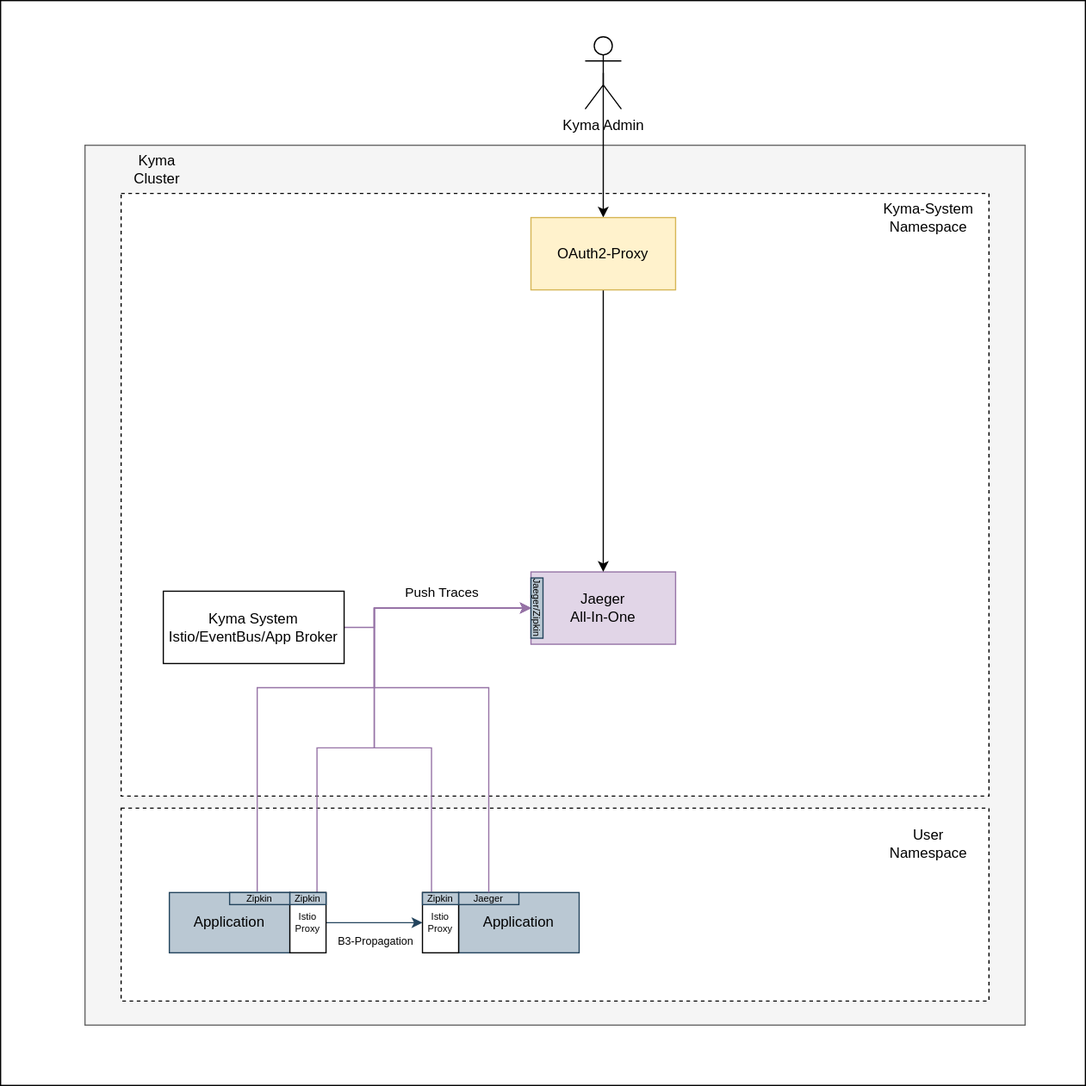
This is concepts/observability-strategy/configurable-tracing/assets/tracing-current.drawio.svg from kyma-project/community, a draw.io export, as it was before one commit. Source tidied: cells renumbered, new cells last; positions are measured from the earlier drawing's top-left corner, leaving out a move shared by most shapes.
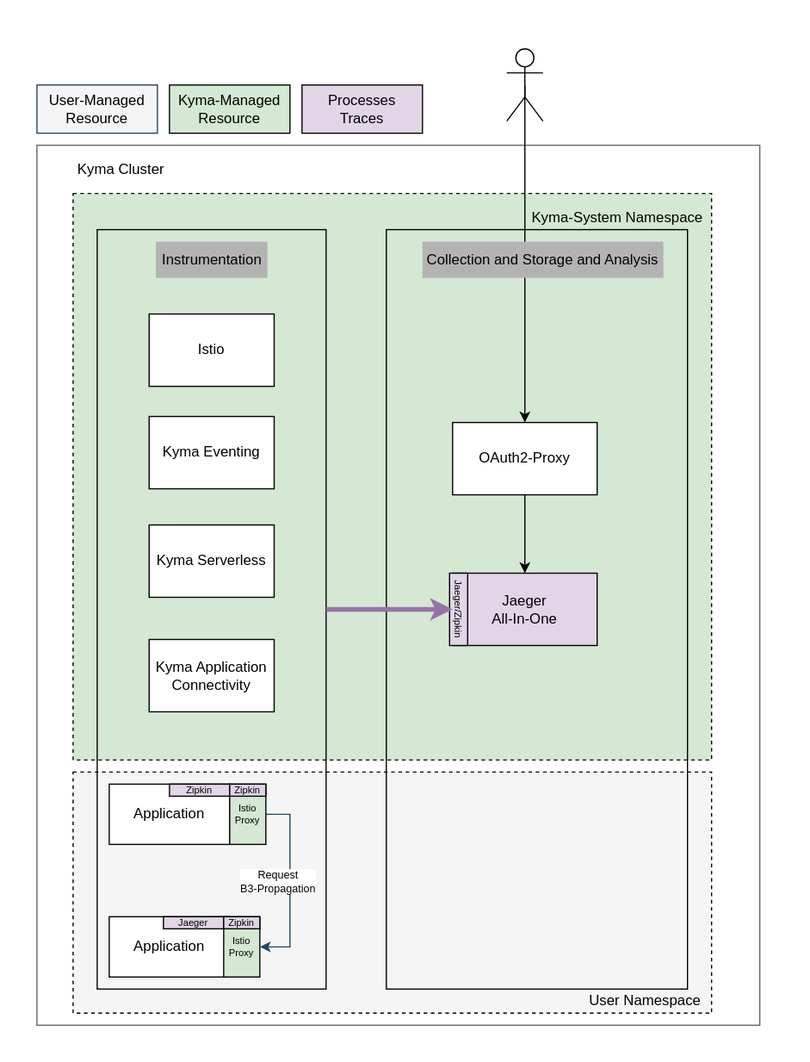
After the change.

What changed in the source:
```diff
@@ -2,130 +2,117 @@
   <root>
     <mxCell id="0" />
     <mxCell id="1" parent="0" />
-    <mxCell id="2" style="rounded=0;whiteSpace=wrap;html=1;fillColor=#FFFFFF;" parent="1" vertex="1">
-      <mxGeometry width="900" height="900" as="geometry" />
+    <mxCell id="2" style="rounded=0;whiteSpace=wrap;html=1;fillColor=#FFFFFF;strokeColor=none;" parent="1" vertex="1">
+      <mxGeometry x="40" width="670" height="880" as="geometry" />
     </mxCell>
-    <mxCell id="3" style="rounded=0;whiteSpace=wrap;html=1;fillColor=#f5f5f5;strokeColor=#666666;fontColor=#333333;" parent="1" vertex="1">
-      <mxGeometry x="70" y="120" width="780" height="730" as="geometry" />
+    <mxCell id="3" style="rounded=0;whiteSpace=wrap;html=1;fillColor=#FFFFFF;strokeColor=#666666;fontColor=#333333;" parent="1" vertex="1">
+      <mxGeometry x="70" y="120" width="600" height="730" as="geometry" />
     </mxCell>
-    <mxCell id="4" style="rounded=0;whiteSpace=wrap;html=1;dashed=1;fillColor=#FFFFFF;strokeColor=#000000;" parent="1" vertex="1">
-      <mxGeometry x="100" y="670" width="720" height="160" as="geometry" />
+    <mxCell id="4" style="rounded=0;whiteSpace=wrap;html=1;dashed=1;fillColor=#F5F5F5;strokeColor=#000000;" parent="1" vertex="1">
+      <mxGeometry x="100" y="640" width="530" height="200" as="geometry" />
     </mxCell>
-    <mxCell id="5" style="rounded=0;whiteSpace=wrap;html=1;dashed=1;fillColor=#FFFFFF;strokeColor=#000000;" parent="1" vertex="1">
-      <mxGeometry x="100" y="160" width="720" height="500" as="geometry" />
+    <mxCell id="5" style="rounded=0;whiteSpace=wrap;html=1;dashed=1;fillColor=#D5E8D4;strokeColor=#000000;" parent="1" vertex="1">
+      <mxGeometry x="100" y="160" width="530" height="470" as="geometry" />
     </mxCell>
-    <mxCell id="6" style="edgeStyle=orthogonalEdgeStyle;rounded=0;jettySize=auto;html=1;exitX=0;exitY=0.5;exitDx=0;exitDy=0;fillColor=#fff2cc;strokeColor=#9673A6;endArrow=none;endFill=0;startArrow=classic;startFill=1;" parent="1" edge="1" source="9" target="11">
-      <mxGeometry relative="1" as="geometry">
-        <Array as="points">
-          <mxPoint x="310" y="504" />
-          <mxPoint x="310" y="520" />
-        </Array>
-      </mxGeometry>
-    </mxCell>
-    <mxCell id="7" style="edgeStyle=orthogonalEdgeStyle;rounded=0;jettySize=auto;html=1;exitX=0;exitY=0.5;exitDx=0;exitDy=0;entryX=0.75;entryY=0;entryDx=0;entryDy=0;fillColor=#fff2cc;strokeColor=#9673A6;endArrow=none;endFill=0;startArrow=classic;startFill=1;" parent="1" edge="1" source="9" target="19">
-      <mxGeometry relative="1" as="geometry">
-        <Array as="points">
-          <mxPoint x="310" y="504" />
-          <mxPoint x="310" y="620" />
-          <mxPoint x="262" y="620" />
-        </Array>
-      </mxGeometry>
-    </mxCell>
-    <mxCell id="8" value="Push Traces" style="edgeLabel;html=1;align=center;verticalAlign=middle;labelBackgroundColor=none;fontColor=#000000;" parent="7" vertex="1">
-      <mxGeometry x="-0.64" relative="1" as="geometry">
-        <mxPoint x="-1" y="-14" as="offset" />
-      </mxGeometry>
-    </mxCell>
-    <mxCell id="9" value="Jaeger&lt;br&gt;All-In-One" style="rounded=0;whiteSpace=wrap;html=1;fillColor=#E1D5E7;strokeColor=#9673A6;fontColor=#000000;" parent="1" vertex="1">
-      <mxGeometry x="440" y="474" width="120" height="60" as="geometry" />
-    </mxCell>
+    <mxCell id="12" value="Kyma Cluster" style="text;html=1;strokeColor=none;fillColor=none;align=center;verticalAlign=middle;whiteSpace=wrap;rounded=0;fontColor=#000000;" parent="1" vertex="1">
+      <mxGeometry x="100" y="130" width="80" height="20" as="geometry" />
+    </mxCell>
+    <mxCell id="14" value="User Namespace" style="text;html=1;strokeColor=none;fillColor=none;align=center;verticalAlign=middle;whiteSpace=wrap;rounded=0;fontColor=#000000;" parent="1" vertex="1">
+      <mxGeometry x="520" y="820" width="110" height="20" as="geometry" />
+    </mxCell>
+    <mxCell id="32" value="User-Managed Resource" style="rounded=0;whiteSpace=wrap;html=1;fillColor=#F5F5F5;strokeColor=#23445d;" parent="1" vertex="1">
+      <mxGeometry x="70" y="70" width="100" height="40" as="geometry" />
+    </mxCell>
+    <mxCell id="33" value="Kyma-Managed Resource" style="rounded=0;whiteSpace=wrap;html=1;fillColor=#d5e8d4;strokeColor=#000000;fontColor=#000000;" parent="1" vertex="1">
+      <mxGeometry x="180" y="70" width="100" height="40" as="geometry" />
+    </mxCell>
+    <mxCell id="34" value="Processes&lt;br&gt;Traces" style="rounded=0;whiteSpace=wrap;html=1;fillColor=#E1D5E7;strokeColor=#000000;fontColor=#000000;" parent="1" vertex="1">
+      <mxGeometry x="290" y="70" width="100" height="40" as="geometry" />
+    </mxCell>
+    <mxCell id="35" style="html=1;fillColor=none;" parent="1" vertex="1">
+      <mxGeometry x="120" y="190" width="190" height="630" as="geometry" />
+    </mxCell>
+    <mxCell id="36" value="Kyma Eventing" style="rounded=0;whiteSpace=wrap;html=1;fillColor=#FFFFFF;strokeColor=#000000;fontColor=#000000;" parent="1" vertex="1">
+      <mxGeometry x="163.1" y="345" width="103.8" height="60" as="geometry" />
+    </mxCell>
+    <mxCell id="37" value="Instrumentation" style="text;html=1;strokeColor=none;fillColor=#B3B3B3;align=center;verticalAlign=middle;whiteSpace=wrap;rounded=0;" parent="1" vertex="1">
+      <mxGeometry x="168.8" y="200" width="92.5" height="30" as="geometry" />
+    </mxCell>
-    <mxCell id="10" value="Application" style="rounded=0;whiteSpace=wrap;html=1;fillColor=#bac8d3;strokeColor=#23445d;fontColor=#000000;" parent="1" vertex="1">
-      <mxGeometry x="140" y="740" width="100" height="50" as="geometry" />
+    <mxCell id="10" value="Application" style="rounded=0;whiteSpace=wrap;html=1;fillColor=#FFFFFF;strokeColor=#000000;fontColor=#000000;" parent="1" vertex="1">
+      <mxGeometry x="130" y="650" width="100" height="50" as="geometry" />
     </mxCell>
-    <mxCell id="11" value="Kyma System&lt;br&gt;Istio/EventBus/App Broker" style="rounded=0;whiteSpace=wrap;html=1;fillColor=#FFFFFF;strokeColor=#000000;fontColor=#000000;" parent="1" vertex="1">
-      <mxGeometry x="135" y="490" width="150" height="60" as="geometry" />
-    </mxCell>
-    <mxCell id="12" value="Kyma Cluster" style="text;html=1;strokeColor=none;fillColor=none;align=center;verticalAlign=middle;whiteSpace=wrap;rounded=0;fontColor=#000000;" parent="1" vertex="1">
-      <mxGeometry x="110" y="130" width="40" height="20" as="geometry" />
-    </mxCell>
-    <mxCell id="13" value="Kyma-System Namespace" style="text;html=1;strokeColor=none;fillColor=none;align=center;verticalAlign=middle;whiteSpace=wrap;rounded=0;fontColor=#000000;" parent="1" vertex="1">
-      <mxGeometry x="725" y="170" width="90" height="20" as="geometry" />
-    </mxCell>
-    <mxCell id="14" value="User Namespace" style="text;html=1;strokeColor=none;fillColor=none;align=center;verticalAlign=middle;whiteSpace=wrap;rounded=0;fontColor=#000000;" parent="1" vertex="1">
-      <mxGeometry x="750" y="690" width="40" height="20" as="geometry" />
-    </mxCell>
-    <mxCell id="15" style="edgeStyle=orthogonalEdgeStyle;rounded=0;jettySize=auto;html=1;exitX=0.5;exitY=0.5;exitDx=0;exitDy=0;exitPerimeter=0;entryX=0.5;entryY=0;entryDx=0;entryDy=0;fontColor=#000000;strokeColor=#000000;" parent="1" edge="1" source="16" target="28">
-      <mxGeometry relative="1" as="geometry" />
-    </mxCell>
-    <mxCell id="16" value="Kyma Admin" style="shape=umlActor;verticalLabelPosition=bottom;verticalAlign=top;html=1;outlineConnect=0;strokeColor=#000000;fontColor=#000000;fillColor=#FFFFFF;" parent="1" vertex="1">
-      <mxGeometry x="485" y="30" width="30" height="60" as="geometry" />
-    </mxCell>
-    <mxCell id="17" style="edgeStyle=orthogonalEdgeStyle;rounded=0;jettySize=auto;html=1;exitX=1;exitY=0.5;exitDx=0;exitDy=0;entryX=0;entryY=0.5;entryDx=0;entryDy=0;fillColor=#bac8d3;strokeColor=#23445d;" parent="1" edge="1" source="19">
-      <mxGeometry relative="1" as="geometry">
-        <mxPoint x="350" y="765" as="targetPoint" />
-      </mxGeometry>
+    <mxCell id="17" style="edgeStyle=orthogonalEdgeStyle;rounded=0;jettySize=auto;html=1;exitX=1;exitY=0.5;exitDx=0;exitDy=0;entryX=1;entryY=0.5;entryDx=0;entryDy=0;fillColor=#bac8d3;strokeColor=#23445d;" parent="1" edge="1" source="19" target="23">
+      <mxGeometry relative="1" as="geometry" />
     </mxCell>
-    <mxCell id="18" value="B3-Propagation" style="edgeLabel;html=1;align=center;verticalAlign=middle;fontSize=9;" parent="17" vertex="1">
+    <mxCell id="18" value="Request&lt;br&gt;B3-Propagation" style="edgeLabel;html=1;align=center;verticalAlign=middle;fontSize=9;" parent="17" vertex="1">
       <mxGeometry x="0.37" y="1" relative="1" as="geometry">
-        <mxPoint x="-15" y="16" as="offset" />
+        <mxPoint x="-11" y="-31" as="offset" />
       </mxGeometry>
     </mxCell>
-    <mxCell id="19" value="Istio&lt;br style=&quot;font-size: 8px;&quot;&gt;Proxy" style="rounded=0;whiteSpace=wrap;html=1;fontSize=8;fillColor=#FFFFFF;strokeColor=#000000;fontColor=#000000;" parent="1" vertex="1">
-      <mxGeometry x="240" y="740" width="30" height="50" as="geometry" />
+    <mxCell id="19" value="Istio&lt;br style=&quot;font-size: 8px;&quot;&gt;Proxy" style="rounded=0;whiteSpace=wrap;html=1;fontSize=8;fillColor=#D5E8D4;strokeColor=#000000;fontColor=#000000;" parent="1" vertex="1">
+      <mxGeometry x="230" y="650" width="30" height="50" as="geometry" />
     </mxCell>
-    <mxCell id="20" style="edgeStyle=orthogonalEdgeStyle;rounded=0;jettySize=auto;html=1;exitX=0;exitY=0.5;exitDx=0;exitDy=0;entryX=0.458;entryY=-0.057;entryDx=0;entryDy=0;fillColor=#fff2cc;strokeColor=#9673A6;entryPerimeter=0;endArrow=none;endFill=0;startArrow=classic;startFill=1;" parent="1" edge="1" source="9" target="21">
-      <mxGeometry relative="1" as="geometry">
-        <Array as="points">
-          <mxPoint x="310" y="504" />
-          <mxPoint x="310" y="570" />
-          <mxPoint x="213" y="570" />
-        </Array>
-      </mxGeometry>
-    </mxCell>
-    <mxCell id="21" value="Zipkin" style="rounded=0;whiteSpace=wrap;html=1;fontSize=8;fillColor=#bac8d3;strokeColor=#23445d;" parent="1" vertex="1">
-      <mxGeometry x="190" y="740" width="50" height="10" as="geometry" />
+    <mxCell id="21" value="Zipkin" style="rounded=0;whiteSpace=wrap;html=1;fontSize=8;fillColor=#E1D5E7;strokeColor=#000000;" parent="1" vertex="1">
+      <mxGeometry x="180" y="650" width="50" height="10" as="geometry" />
     </mxCell>
-    <mxCell id="22" value="Application" style="rounded=0;whiteSpace=wrap;html=1;fillColor=#bac8d3;strokeColor=#23445d;fontColor=#000000;" parent="1" vertex="1">
-      <mxGeometry x="380" y="740" width="100" height="50" as="geometry" />
+    <mxCell id="22" value="Application" style="rounded=0;whiteSpace=wrap;html=1;fillColor=#FFFFFF;strokeColor=#000000;fontColor=#000000;" parent="1" vertex="1">
+      <mxGeometry x="130" y="760" width="100" height="50" as="geometry" />
     </mxCell>
-    <mxCell id="23" value="Istio&lt;br style=&quot;font-size: 8px;&quot;&gt;Proxy" style="rounded=0;whiteSpace=wrap;html=1;fontSize=8;fillColor=#FFFFFF;strokeColor=#000000;fontColor=#000000;" parent="1" vertex="1">
-      <mxGeometry x="350" y="740" width="30" height="50" as="geometry" />
+    <mxCell id="23" value="Istio&lt;br style=&quot;font-size: 8px;&quot;&gt;Proxy" style="rounded=0;whiteSpace=wrap;html=1;fontSize=8;fillColor=#D5E8D4;strokeColor=#000000;fontColor=#000000;" parent="1" vertex="1">
+      <mxGeometry x="225" y="760" width="30" height="50" as="geometry" />
     </mxCell>
-    <mxCell id="24" value="Jaeger" style="rounded=0;whiteSpace=wrap;html=1;fontSize=8;fillColor=#bac8d3;strokeColor=#23445d;fontColor=#000000;" parent="1" vertex="1">
-      <mxGeometry x="380" y="740" width="50" height="10" as="geometry" />
+    <mxCell id="24" value="Jaeger" style="rounded=0;whiteSpace=wrap;html=1;fontSize=8;fillColor=#E1D5E7;strokeColor=#000000;fontColor=#000000;" parent="1" vertex="1">
+      <mxGeometry x="175" y="760" width="50" height="10" as="geometry" />
     </mxCell>
-    <mxCell id="25" style="edgeStyle=orthogonalEdgeStyle;rounded=0;jettySize=auto;html=1;exitX=0;exitY=0.5;exitDx=0;exitDy=0;entryX=0.25;entryY=0;entryDx=0;entryDy=0;fillColor=#fff2cc;strokeColor=#9673A6;jumpStyle=gap;endArrow=none;endFill=0;startArrow=classic;startFill=1;" parent="1" edge="1" source="9" target="23">
-      <mxGeometry relative="1" as="geometry">
-        <Array as="points">
-          <mxPoint x="310" y="504" />
-          <mxPoint x="310" y="620" />
-          <mxPoint x="358" y="620" />
-        </Array>
-      </mxGeometry>
-    </mxCell>
-    <mxCell id="26" style="edgeStyle=orthogonalEdgeStyle;rounded=0;jettySize=auto;html=1;exitX=0;exitY=0.5;exitDx=0;exitDy=0;entryX=0.5;entryY=0;entryDx=0;entryDy=0;fillColor=#fff2cc;strokeColor=#9673A6;endArrow=none;endFill=0;startArrow=classic;startFill=1;" parent="1" edge="1" source="9" target="24">
-      <mxGeometry relative="1" as="geometry">
-        <Array as="points">
-          <mxPoint x="310" y="504" />
-          <mxPoint x="310" y="570" />
-          <mxPoint x="405" y="570" />
-        </Array>
-      </mxGeometry>
-    </mxCell>
+    <mxCell id="29" value="Zipkin" style="rounded=0;whiteSpace=wrap;html=1;fontSize=8;fillColor=#E1D5E7;strokeColor=#000000;" parent="1" vertex="1">
+      <mxGeometry x="230" y="650" width="30" height="10" as="geometry" />
+    </mxCell>
+    <mxCell id="30" value="Zipkin" style="rounded=0;whiteSpace=wrap;html=1;fontSize=8;fillColor=#E1D5E7;strokeColor=#000000;" parent="1" vertex="1">
+      <mxGeometry x="225" y="760" width="30" height="10" as="geometry" />
+    </mxCell>
+    <mxCell id="38" value="Istio" style="rounded=0;whiteSpace=wrap;html=1;fillColor=#FFFFFF;strokeColor=#000000;fontColor=#000000;" parent="1" vertex="1">
+      <mxGeometry x="163.1" y="260" width="103.8" height="60" as="geometry" />
+    </mxCell>
+    <mxCell id="39" value="Kyma Serverless" style="rounded=0;whiteSpace=wrap;html=1;fillColor=#FFFFFF;strokeColor=#000000;fontColor=#000000;" parent="1" vertex="1">
+      <mxGeometry x="163.1" y="435" width="103.8" height="60" as="geometry" />
+    </mxCell>
+    <mxCell id="40" value="Kyma Application Connectivity" style="rounded=0;whiteSpace=wrap;html=1;fillColor=#FFFFFF;strokeColor=#000000;fontColor=#000000;" parent="1" vertex="1">
+      <mxGeometry x="163.1" y="530" width="103.8" height="60" as="geometry" />
+    </mxCell>
+    <mxCell id="41" style="html=1;fillColor=none;" parent="1" vertex="1">
+      <mxGeometry x="360" y="190" width="250" height="630" as="geometry" />
+    </mxCell>
+    <mxCell id="9" value="Jaeger&lt;br&gt;All-In-One" style="rounded=0;whiteSpace=wrap;html=1;fillColor=#E1D5E7;strokeColor=#000000;fontColor=#000000;" parent="1" vertex="1">
+      <mxGeometry x="415" y="475" width="120" height="60" as="geometry" />
+    </mxCell>
+    <mxCell id="15" style="edgeStyle=orthogonalEdgeStyle;rounded=0;jettySize=auto;html=1;exitX=0.5;exitY=0.5;exitDx=0;exitDy=0;exitPerimeter=0;entryX=0.5;entryY=0;entryDx=0;entryDy=0;fontColor=#000000;strokeColor=#000000;" parent="1" edge="1" source="16" target="28">
+      <mxGeometry relative="1" as="geometry" />
+    </mxCell>
+    <mxCell id="16" style="shape=umlActor;verticalLabelPosition=bottom;verticalAlign=top;html=1;outlineConnect=0;strokeColor=#000000;fontColor=#000000;fillColor=#FFFFFF;" parent="1" vertex="1">
+      <mxGeometry x="460" y="40" width="30" height="60" as="geometry" />
+    </mxCell>
     <mxCell id="27" style="edgeStyle=orthogonalEdgeStyle;rounded=0;jumpStyle=gap;html=1;exitX=0.5;exitY=1;exitDx=0;exitDy=0;" parent="1" edge="1" source="28" target="9">
       <mxGeometry relative="1" as="geometry" />
     </mxCell>
-    <mxCell id="28" value="OAuth2-Proxy" style="rounded=0;whiteSpace=wrap;html=1;fillColor=#fff2cc;strokeColor=#d6b656;" parent="1" vertex="1">
-      <mxGeometry x="440" y="180" width="120" height="60" as="geometry" />
+    <mxCell id="28" value="OAuth2-Proxy" style="rounded=0;whiteSpace=wrap;html=1;fillColor=#FFFFFF;strokeColor=#000000;" parent="1" vertex="1">
+      <mxGeometry x="415" y="350" width="120" height="60" as="geometry" />
     </mxCell>
-    <mxCell id="29" value="Zipkin" style="rounded=0;whiteSpace=wrap;html=1;fontSize=8;fillColor=#bac8d3;strokeColor=#23445d;" parent="1" vertex="1">
-      <mxGeometry x="240" y="740" width="30" height="10" as="geometry" />
-    </mxCell>
-    <mxCell id="30" value="Zipkin" style="rounded=0;whiteSpace=wrap;html=1;fontSize=8;fillColor=#bac8d3;strokeColor=#23445d;" parent="1" vertex="1">
-      <mxGeometry x="350" y="740" width="30" height="10" as="geometry" />
-    </mxCell>
-    <mxCell id="31" value="Jaeger/Zipkin" style="rounded=0;whiteSpace=wrap;html=1;fontSize=8;fillColor=#bac8d3;strokeColor=#23445d;fontColor=#000000;rotation=90;" parent="1" vertex="1">
-      <mxGeometry x="420" y="499" width="50" height="10" as="geometry" />
+    <mxCell id="31" value="Jaeger/Zipkin" style="rounded=0;whiteSpace=wrap;html=1;fontSize=8;fillColor=#E1D5E7;strokeColor=#000000;fontColor=#000000;rotation=90;" parent="1" vertex="1">
+      <mxGeometry x="390" y="497.5" width="60" height="15" as="geometry" />
     </mxCell>
+    <mxCell id="13" value="Kyma-System Namespace" style="text;html=1;strokeColor=none;fillColor=none;align=center;verticalAlign=middle;whiteSpace=wrap;rounded=0;fontColor=#000000;" parent="1" vertex="1">
+      <mxGeometry x="467" y="170" width="170" height="20" as="geometry" />
+    </mxCell>
+    <mxCell id="25" style="edgeStyle=orthogonalEdgeStyle;rounded=0;jettySize=auto;html=1;exitX=0;exitY=0.5;exitDx=0;exitDy=0;entryX=1;entryY=0.5;entryDx=0;entryDy=0;fillColor=#fff2cc;strokeColor=#9673A6;jumpStyle=gap;endArrow=none;endFill=0;startArrow=classic;startFill=1;strokeWidth=4;" parent="1" edge="1" source="9" target="35">
+      <mxGeometry relative="1" as="geometry">
+        <Array as="points">
+          <mxPoint x="370" y="505" />
+          <mxPoint x="370" y="505" />
+        </Array>
+      </mxGeometry>
+    </mxCell>
+    <mxCell id="42" value="Collection and Storage and Analysis" style="text;html=1;strokeColor=none;fillColor=#B3B3B3;align=center;verticalAlign=middle;whiteSpace=wrap;rounded=0;" parent="1" vertex="1">
+      <mxGeometry x="390" y="200" width="200" height="30" as="geometry" />
+    </mxCell>
   </root>
 </mxGraphModel>
```
